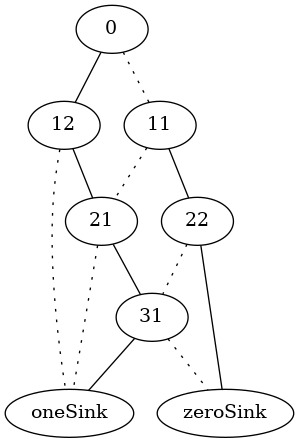
aelkhamsi/BNN_explainability keeps this Graphviz diagram as obdd/obdd.png. Above is the earlier version. Its source is kept beside it as obdd/obdd.gv.
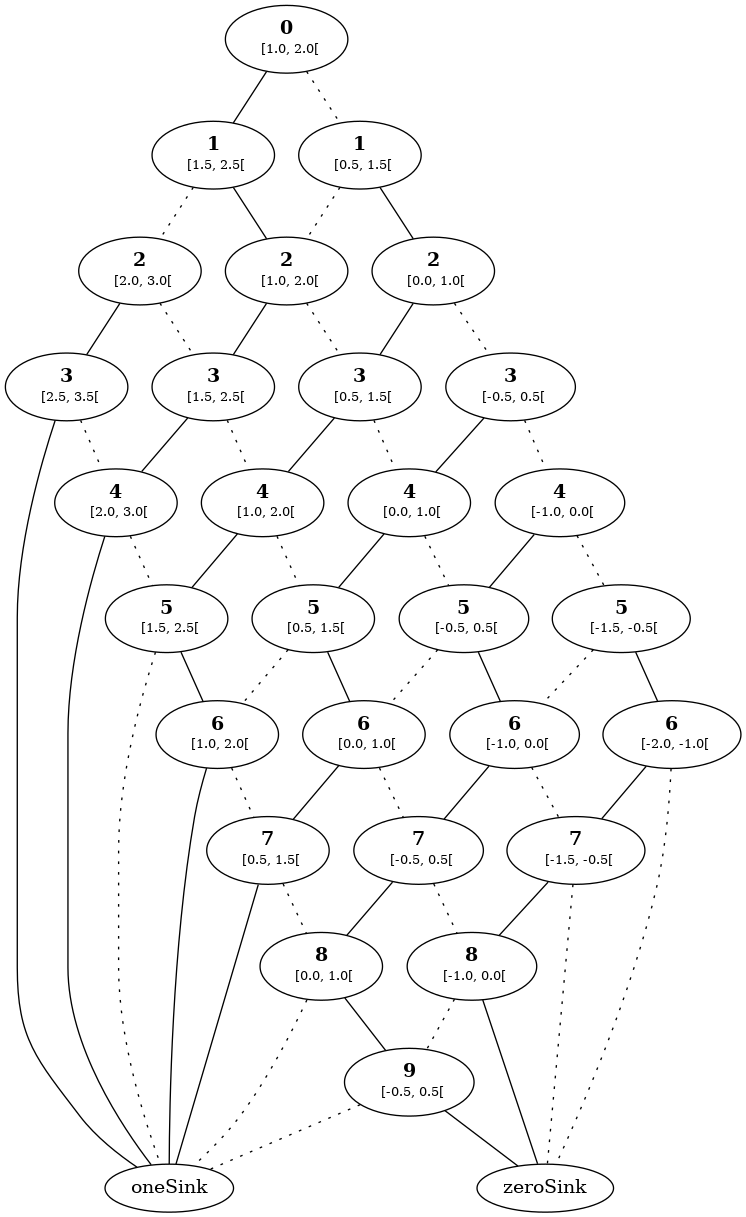
Later version of the same file.

Commit message:
Print variable index & equivalence interval in the compiled OBDD

The edit, as a diff of the source:
```diff
@@ -1,14 +1,87 @@
 digraph{
+forcelabels=true;
+0 [label=<<B>0</B><BR /> <FONT POINT-SIZE="10">[1.0, 2.0[</FONT>>];
 0->12 [style=solid, arrowhead="none"];
 0->11 [style=dotted, arrowhead="none"];
+11 [label=<<B>1</B><BR /> <FONT POINT-SIZE="10">[0.5, 1.5[</FONT>>];
 11->22 [style=solid, arrowhead="none"];
 11->21 [style=dotted, arrowhead="none"];
+12 [label=<<B>1</B><BR /> <FONT POINT-SIZE="10">[1.5, 2.5[</FONT>>];
 12->21 [style=solid, arrowhead="none"];
-12->oneSink [style=dotted, arrowhead="none"];
-21->31 [style=solid, arrowhead="none"];
-21->oneSink [style=dotted, arrowhead="none"];
-22->zeroSink [style=solid, arrowhead="none"];
-22->31 [style=dotted, arrowhead="none"];
-31->oneSink [style=solid, arrowhead="none"];
-31->zeroSink [style=dotted, arrowhead="none"];
+12->23 [style=dotted, arrowhead="none"];
+21 [label=<<B>2</B><BR /> <FONT POINT-SIZE="10">[1.0, 2.0[</FONT>>];
+21->32 [style=solid, arrowhead="none"];
+21->31 [style=dotted, arrowhead="none"];
+22 [label=<<B>2</B><BR /> <FONT POINT-SIZE="10">[0.0, 1.0[</FONT>>];
+22->31 [style=solid, arrowhead="none"];
+22->33 [style=dotted, arrowhead="none"];
+23 [label=<<B>2</B><BR /> <FONT POINT-SIZE="10">[2.0, 3.0[</FONT>>];
+23->34 [style=solid, arrowhead="none"];
+23->32 [style=dotted, arrowhead="none"];
+31 [label=<<B>3</B><BR /> <FONT POINT-SIZE="10">[0.5, 1.5[</FONT>>];
+31->42 [style=solid, arrowhead="none"];
+31->41 [style=dotted, arrowhead="none"];
+32 [label=<<B>3</B><BR /> <FONT POINT-SIZE="10">[1.5, 2.5[</FONT>>];
+32->43 [style=solid, arrowhead="none"];
+32->42 [style=dotted, arrowhead="none"];
+33 [label=<<B>3</B><BR /> <FONT POINT-SIZE="10">[-0.5, 0.5[</FONT>>];
+33->41 [style=solid, arrowhead="none"];
+33->44 [style=dotted, arrowhead="none"];
+34 [label=<<B>3</B><BR /> <FONT POINT-SIZE="10">[2.5, 3.5[</FONT>>];
+34->oneSink [style=solid, arrowhead="none"];
+34->43 [style=dotted, arrowhead="none"];
+41 [label=<<B>4</B><BR /> <FONT POINT-SIZE="10">[0.0, 1.0[</FONT>>];
+41->52 [style=solid, arrowhead="none"];
+41->51 [style=dotted, arrowhead="none"];
+42 [label=<<B>4</B><BR /> <FONT POINT-SIZE="10">[1.0, 2.0[</FONT>>];
+42->53 [style=solid, arrowhead="none"];
+42->52 [style=dotted, arrowhead="none"];
+43 [label=<<B>4</B><BR /> <FONT POINT-SIZE="10">[2.0, 3.0[</FONT>>];
+43->oneSink [style=solid, arrowhead="none"];
+43->53 [style=dotted, arrowhead="none"];
+44 [label=<<B>4</B><BR /> <FONT POINT-SIZE="10">[-1.0, 0.0[</FONT>>];
+44->51 [style=solid, arrowhead="none"];
+44->54 [style=dotted, arrowhead="none"];
+51 [label=<<B>5</B><BR /> <FONT POINT-SIZE="10">[-0.5, 0.5[</FONT>>];
+51->62 [style=solid, arrowhead="none"];
+51->61 [style=dotted, arrowhead="none"];
+52 [label=<<B>5</B><BR /> <FONT POINT-SIZE="10">[0.5, 1.5[</FONT>>];
+52->61 [style=solid, arrowhead="none"];
+52->63 [style=dotted, arrowhead="none"];
+53 [label=<<B>5</B><BR /> <FONT POINT-SIZE="10">[1.5, 2.5[</FONT>>];
+53->63 [style=solid, arrowhead="none"];
+53->oneSink [style=dotted, arrowhead="none"];
+54 [label=<<B>5</B><BR /> <FONT POINT-SIZE="10">[-1.5, -0.5[</FONT>>];
+54->64 [style=solid, arrowhead="none"];
+54->62 [style=dotted, arrowhead="none"];
+61 [label=<<B>6</B><BR /> <FONT POINT-SIZE="10">[0.0, 1.0[</FONT>>];
+61->72 [style=solid, arrowhead="none"];
+61->71 [style=dotted, arrowhead="none"];
+62 [label=<<B>6</B><BR /> <FONT POINT-SIZE="10">[-1.0, 0.0[</FONT>>];
+62->71 [style=solid, arrowhead="none"];
+62->73 [style=dotted, arrowhead="none"];
+63 [label=<<B>6</B><BR /> <FONT POINT-SIZE="10">[1.0, 2.0[</FONT>>];
+63->oneSink [style=solid, arrowhead="none"];
+63->72 [style=dotted, arrowhead="none"];
+64 [label=<<B>6</B><BR /> <FONT POINT-SIZE="10">[-2.0, -1.0[</FONT>>];
+64->73 [style=solid, arrowhead="none"];
+64->zeroSink [style=dotted, arrowhead="none"];
+71 [label=<<B>7</B><BR /> <FONT POINT-SIZE="10">[-0.5, 0.5[</FONT>>];
+71->82 [style=solid, arrowhead="none"];
+71->81 [style=dotted, arrowhead="none"];
+72 [label=<<B>7</B><BR /> <FONT POINT-SIZE="10">[0.5, 1.5[</FONT>>];
+72->oneSink [style=solid, arrowhead="none"];
+72->82 [style=dotted, arrowhead="none"];
+73 [label=<<B>7</B><BR /> <FONT POINT-SIZE="10">[-1.5, -0.5[</FONT>>];
+73->81 [style=solid, arrowhead="none"];
+73->zeroSink [style=dotted, arrowhead="none"];
+81 [label=<<B>8</B><BR /> <FONT POINT-SIZE="10">[-1.0, 0.0[</FONT>>];
+81->zeroSink [style=solid, arrowhead="none"];
+81->91 [style=dotted, arrowhead="none"];
+82 [label=<<B>8</B><BR /> <FONT POINT-SIZE="10">[0.0, 1.0[</FONT>>];
+82->91 [style=solid, arrowhead="none"];
+82->oneSink [style=dotted, arrowhead="none"];
+91 [label=<<B>9</B><BR /> <FONT POINT-SIZE="10">[-0.5, 0.5[</FONT>>];
+91->zeroSink [style=solid, arrowhead="none"];
+91->oneSink [style=dotted, arrowhead="none"];
 }
```
